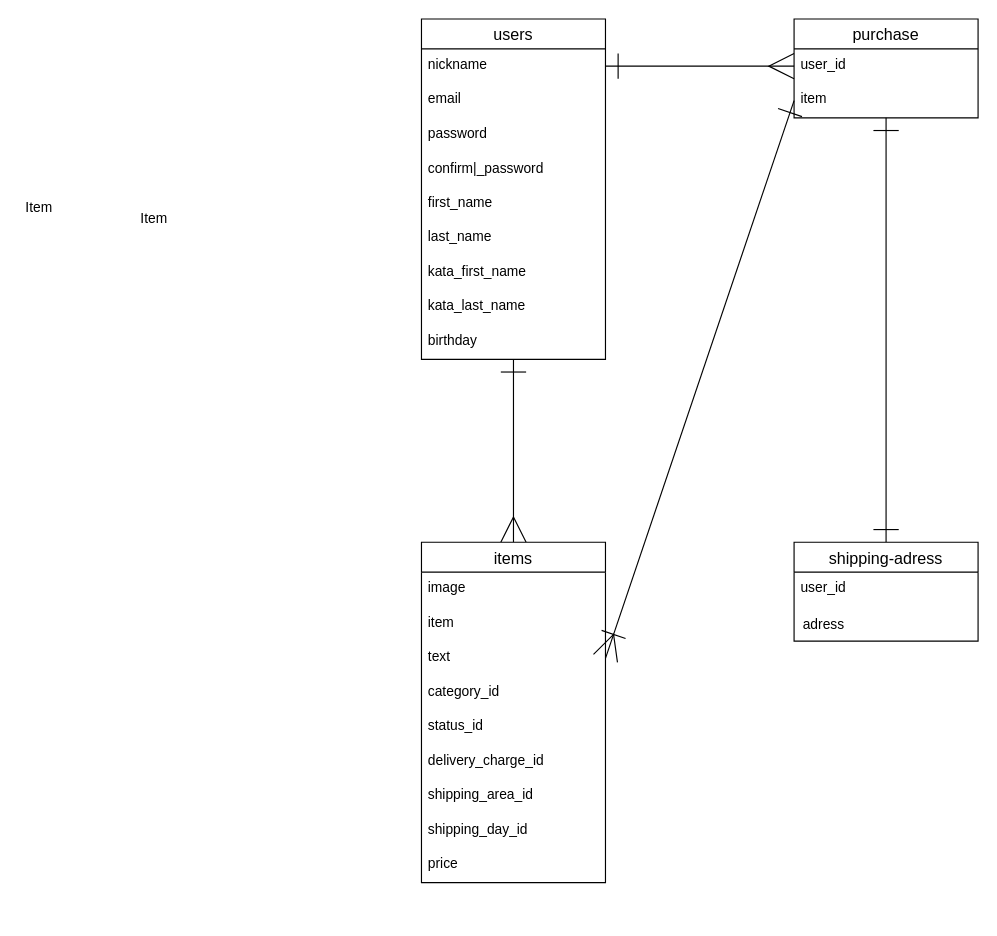
This is page "ページ1" (1 of 2) of test.dio from hiroya-takatsuchi/furima-39964, a draw.io file, before an edit. Source tidied: cells renumbered, new cells numbered last; positions are measured from the earlier drawing's top-left corner, leaving out a move shared by most shapes. Both pictures are drawn from the tidied source at 115%, with x=0, y=0 at pixel (18, 18).
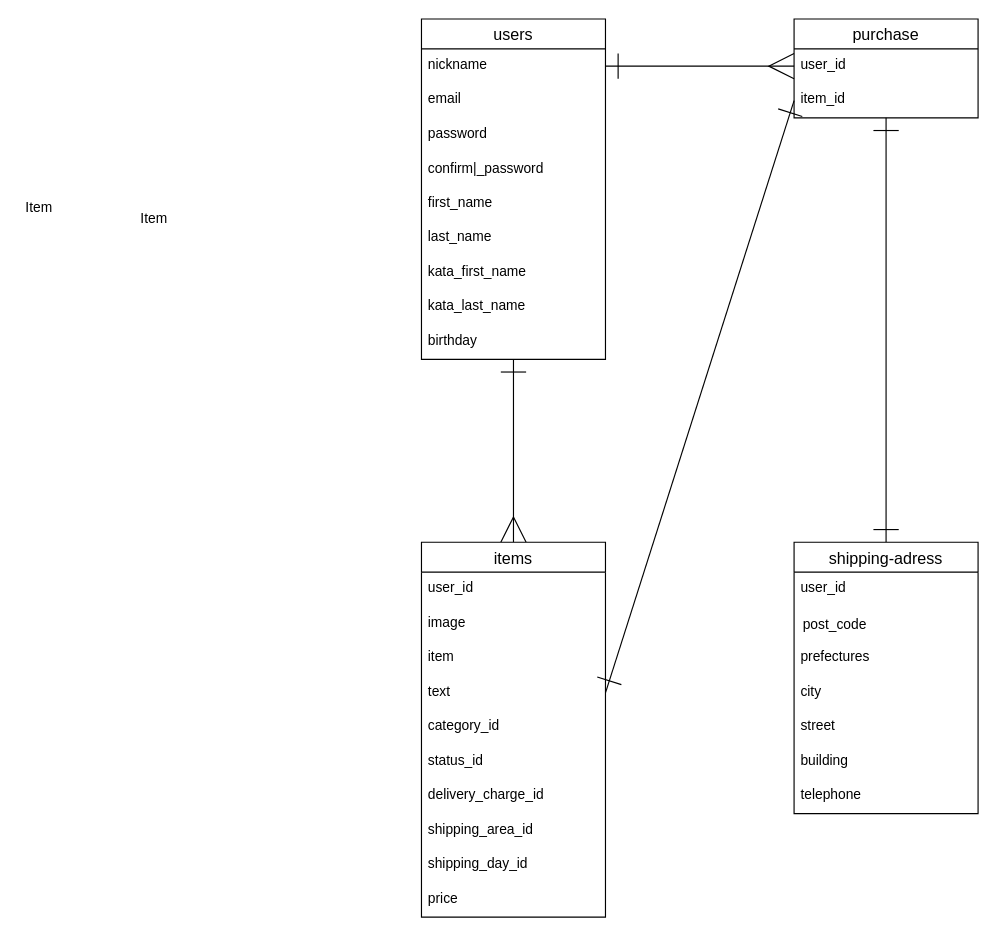
Above is the later version.

Commit message (it also covers changes not shown here):
データベース設計の修正②

Unchanged cells that the change refers to:
```xml
<mxCell id="24" value="purchase" style="swimlane;fontStyle=0;horizontal=1;startSize=26;align=center;fontSize=14;" parent="1" vertex="1">
  <mxGeometry x="674" width="160" height="86" as="geometry" />
</mxCell>
```

The edit, as a diff of the source:
```diff
@@
     <mxCell id="13" value="items" style="swimlane;fontStyle=0;horizontal=1;startSize=26;align=center;fontSize=14;" parent="1" vertex="1">
-      <mxGeometry x="350" y="455" width="160" height="296" as="geometry" />
+      <mxGeometry x="350" y="455" width="160" height="326" as="geometry" />
     </mxCell>
+    <mxCell id="34" value="user_id" style="text;strokeColor=none;fillColor=none;spacingLeft=4;spacingRight=4;overflow=hidden;fontSize=12;" parent="13" vertex="1">
+      <mxGeometry y="26" width="160" height="30" as="geometry" />
+    </mxCell>
     <mxCell id="14" value="image" style="text;strokeColor=none;fillColor=none;spacingLeft=4;spacingRight=4;overflow=hidden;fontSize=12;" parent="13" vertex="1">
-      <mxGeometry y="26" width="160" height="30" as="geometry" />
+      <mxGeometry y="56" width="160" height="30" as="geometry" />
     </mxCell>
     <mxCell id="15" value="item" style="text;strokeColor=none;fillColor=none;spacingLeft=4;spacingRight=4;overflow=hidden;fontSize=12;" parent="13" vertex="1">
-      <mxGeometry y="56" width="160" height="30" as="geometry" />
+      <mxGeometry y="86" width="160" height="30" as="geometry" />
     </mxCell>
     <mxCell id="16" value="text" style="text;strokeColor=none;fillColor=none;spacingLeft=4;spacingRight=4;overflow=hidden;points=[[0,0.5],[1,0.5]];portConstraint=eastwest;fontSize=12;" parent="13" vertex="1">
-      <mxGeometry y="86" width="160" height="30" as="geometry" />
+      <mxGeometry y="116" width="160" height="30" as="geometry" />
     </mxCell>
     <mxCell id="17" value="category_id" style="text;strokeColor=none;fillColor=none;spacingLeft=4;spacingRight=4;overflow=hidden;fontSize=12;" parent="13" vertex="1">
-      <mxGeometry y="116" width="160" height="30" as="geometry" />
+      <mxGeometry y="146" width="160" height="30" as="geometry" />
     </mxCell>
     <mxCell id="18" value="status_id" style="text;strokeColor=none;fillColor=none;spacingLeft=4;spacingRight=4;overflow=hidden;fontSize=12;" parent="13" vertex="1">
-      <mxGeometry y="146" width="160" height="30" as="geometry" />
+      <mxGeometry y="176" width="160" height="30" as="geometry" />
     </mxCell>
     <mxCell id="19" value="delivery_charge_id" style="text;strokeColor=none;fillColor=none;spacingLeft=4;spacingRight=4;overflow=hidden;fontSize=12;" parent="13" vertex="1">
-      <mxGeometry y="176" width="160" height="30" as="geometry" />
+      <mxGeometry y="206" width="160" height="30" as="geometry" />
     </mxCell>
     <mxCell id="20" value="shipping_area_id" style="text;strokeColor=none;fillColor=none;spacingLeft=4;spacingRight=4;overflow=hidden;fontSize=12;" parent="13" vertex="1">
-      <mxGeometry y="206" width="160" height="30" as="geometry" />
+      <mxGeometry y="236" width="160" height="30" as="geometry" />
     </mxCell>
     <mxCell id="21" value="shipping_day_id" style="text;strokeColor=none;fillColor=none;spacingLeft=4;spacingRight=4;overflow=hidden;fontSize=12;" parent="13" vertex="1">
-      <mxGeometry y="236" width="160" height="30" as="geometry" />
+      <mxGeometry y="266" width="160" height="30" as="geometry" />
     </mxCell>
     <mxCell id="22" value="price" style="text;strokeColor=none;fillColor=none;spacingLeft=4;spacingRight=4;overflow=hidden;fontSize=12;" parent="13" vertex="1">
-      <mxGeometry y="266" width="160" height="30" as="geometry" />
+      <mxGeometry y="296" width="160" height="30" as="geometry" />
     </mxCell>
@@
-    <mxCell id="26" value="item" style="text;strokeColor=none;fillColor=none;spacingLeft=4;spacingRight=4;overflow=hidden;points=[[0,0.5],[1,0.5]];portConstraint=eastwest;fontSize=12;" parent="24" vertex="1">
+    <mxCell id="26" value="item_id" style="text;strokeColor=none;fillColor=none;spacingLeft=4;spacingRight=4;overflow=hidden;points=[[0,0.5],[1,0.5]];portConstraint=eastwest;fontSize=12;" parent="24" vertex="1">
       <mxGeometry y="56" width="160" height="30" as="geometry" />
     </mxCell>
     <mxCell id="27" value="shipping-adress" style="swimlane;fontStyle=0;horizontal=1;startSize=26;align=center;fontSize=14;" parent="1" vertex="1">
-      <mxGeometry x="674" y="455" width="160" height="86" as="geometry" />
+      <mxGeometry x="674" y="455" width="160" height="236" as="geometry" />
     </mxCell>
@@
-    <mxCell id="29" value="adress" style="text;strokeColor=none;fillColor=none;spacingLeft=4;spacingRight=4;overflow=hidden;fontSize=12;spacing=4;" parent="27" vertex="1">
+    <mxCell id="29" value="post_code" style="text;strokeColor=none;fillColor=none;spacingLeft=4;spacingRight=4;overflow=hidden;fontSize=12;spacing=4;" parent="27" vertex="1">
       <mxGeometry y="56" width="160" height="30" as="geometry" />
     </mxCell>
+    <mxCell id="35" value="prefectures" style="text;strokeColor=none;fillColor=none;spacingLeft=4;spacingRight=4;overflow=hidden;fontSize=12;" parent="27" vertex="1">
+      <mxGeometry y="86" width="160" height="30" as="geometry" />
+    </mxCell>
+    <mxCell id="36" value="city" style="text;strokeColor=none;fillColor=none;spacingLeft=4;spacingRight=4;overflow=hidden;fontSize=12;" parent="27" vertex="1">
+      <mxGeometry y="116" width="160" height="30" as="geometry" />
+    </mxCell>
+    <mxCell id="37" value="street" style="text;strokeColor=none;fillColor=none;spacingLeft=4;spacingRight=4;overflow=hidden;fontSize=12;" parent="27" vertex="1">
+      <mxGeometry y="146" width="160" height="30" as="geometry" />
+    </mxCell>
+    <mxCell id="38" value="building" style="text;strokeColor=none;fillColor=none;spacingLeft=4;spacingRight=4;overflow=hidden;fontSize=12;" parent="27" vertex="1">
+      <mxGeometry y="176" width="160" height="30" as="geometry" />
+    </mxCell>
+    <mxCell id="39" value="telephone" style="text;strokeColor=none;fillColor=none;spacingLeft=4;spacingRight=4;overflow=hidden;fontSize=12;" parent="27" vertex="1">
+      <mxGeometry y="206" width="160" height="30" as="geometry" />
+    </mxCell>
@@
-    <mxCell id="33" style="edgeStyle=none;html=1;exitX=0;exitY=0.5;exitDx=0;exitDy=0;entryX=1;entryY=0.5;entryDx=0;entryDy=0;endSize=20;startSize=20;startArrow=ERone;startFill=0;endArrow=ERoneToMany;endFill=0;" parent="1" edge="1" source="26" target="16">
+    <mxCell id="33" style="edgeStyle=none;html=1;exitX=0;exitY=0.5;exitDx=0;exitDy=0;entryX=1;entryY=0.5;entryDx=0;entryDy=0;endSize=20;startSize=20;startArrow=ERone;startFill=0;endArrow=ERone;endFill=0;" parent="1" edge="1" source="26" target="16">
       <mxGeometry relative="1" as="geometry" />
     </mxCell>
```
